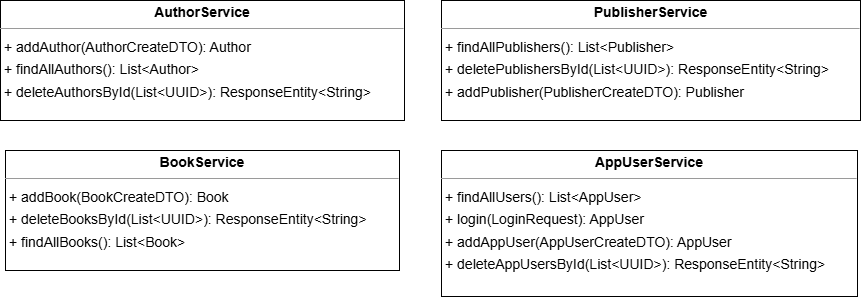
Above: pics/services_diagram.drawio.png in l7aur/Library-Management-System (draw.io), before the change. Source tidied: cells renumbered, new cells last; positions are measured from the earlier drawing's top-left corner, leaving out a move shared by most shapes.
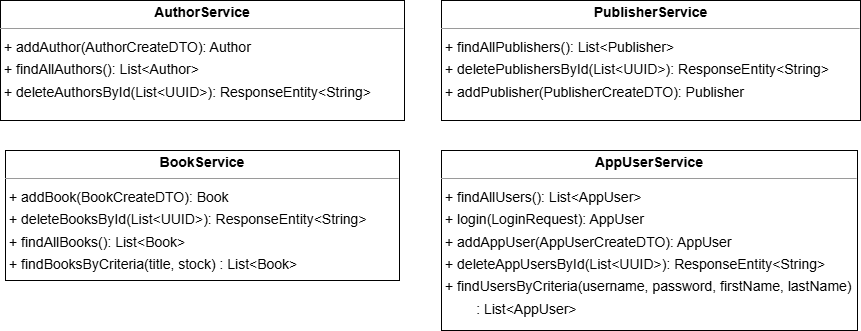
After the change.

The edit, as a diff of the source:
```diff
@@ -2,14 +2,14 @@
   <root>
     <mxCell id="0" />
     <mxCell id="1" parent="0" />
-    <mxCell id="2" value="&lt;p style=&quot;margin:0px;margin-top:4px;text-align:center;&quot;&gt;&lt;b&gt;AppUserService&lt;/b&gt;&lt;/p&gt;&lt;hr size=&quot;1&quot;/&gt;&lt;p style=&quot;margin:0 0 0 4px;line-height:1.6;&quot;&gt;+ findAllUsers(): List&amp;lt;AppUser&amp;gt;&lt;br/&gt;+ login(LoginRequest): AppUser&lt;br/&gt;+ addAppUser(AppUserCreateDTO): AppUser&lt;br/&gt;+ deleteAppUsersById(List&amp;lt;UUID&amp;gt;): ResponseEntity&amp;lt;String&amp;gt;&lt;/p&gt;" style="verticalAlign=top;align=left;overflow=fill;fontSize=14;fontFamily=Helvetica;html=1;rounded=0;shadow=0;comic=0;labelBackgroundColor=none;strokeWidth=1;" parent="1" vertex="1">
-      <mxGeometry x="441" y="150" width="416" height="146" as="geometry" />
+    <mxCell id="2" value="&lt;p style=&quot;margin:0px;margin-top:4px;text-align:center;&quot;&gt;&lt;b&gt;AppUserService&lt;/b&gt;&lt;/p&gt;&lt;hr size=&quot;1&quot;&gt;&lt;p style=&quot;margin:0 0 0 4px;line-height:1.6;&quot;&gt;+ findAllUsers(): List&amp;lt;AppUser&amp;gt;&lt;br&gt;+ login(LoginRequest): AppUser&lt;br&gt;+ addAppUser(AppUserCreateDTO): AppUser&lt;br&gt;+ deleteAppUsersById(List&amp;lt;UUID&amp;gt;): ResponseEntity&amp;lt;String&amp;gt;&lt;/p&gt;&lt;p style=&quot;margin:0 0 0 4px;line-height:1.6;&quot;&gt;+ findUsersByCriteria(username, password, firstName, lastName)&lt;/p&gt;&lt;p style=&quot;margin:0 0 0 4px;line-height:1.6;&quot;&gt;&lt;span style=&quot;white-space: pre;&quot;&gt;&#9;&lt;/span&gt;: List&amp;lt;AppUser&amp;gt;&lt;/p&gt;" style="verticalAlign=top;align=left;overflow=fill;fontSize=14;fontFamily=Helvetica;html=1;rounded=0;shadow=0;comic=0;labelBackgroundColor=none;strokeWidth=1;" parent="1" vertex="1">
+      <mxGeometry x="441" y="150" width="416" height="180" as="geometry" />
     </mxCell>
     <mxCell id="3" value="&lt;p style=&quot;margin:0px;margin-top:4px;text-align:center;&quot;&gt;&lt;b&gt;AuthorService&lt;/b&gt;&lt;/p&gt;&lt;hr size=&quot;1&quot;/&gt;&lt;p style=&quot;margin:0 0 0 4px;line-height:1.6;&quot;&gt;+ addAuthor(AuthorCreateDTO): Author&lt;br/&gt;+ findAllAuthors(): List&amp;lt;Author&amp;gt;&lt;br/&gt;+ deleteAuthorsById(List&amp;lt;UUID&amp;gt;): ResponseEntity&amp;lt;String&amp;gt;&lt;/p&gt;" style="verticalAlign=top;align=left;overflow=fill;fontSize=14;fontFamily=Helvetica;html=1;rounded=0;shadow=0;comic=0;labelBackgroundColor=none;strokeWidth=1;" parent="1" vertex="1">
       <mxGeometry width="404" height="120" as="geometry" />
     </mxCell>
-    <mxCell id="4" value="&lt;p style=&quot;margin:0px;margin-top:4px;text-align:center;&quot;&gt;&lt;b&gt;BookService&lt;/b&gt;&lt;/p&gt;&lt;hr size=&quot;1&quot;/&gt;&lt;p style=&quot;margin:0 0 0 4px;line-height:1.6;&quot;&gt;+ addBook(BookCreateDTO): Book&lt;br/&gt;+ deleteBooksById(List&amp;lt;UUID&amp;gt;): ResponseEntity&amp;lt;String&amp;gt;&lt;br/&gt;+ findAllBooks(): List&amp;lt;Book&amp;gt;&lt;/p&gt;" style="verticalAlign=top;align=left;overflow=fill;fontSize=14;fontFamily=Helvetica;html=1;rounded=0;shadow=0;comic=0;labelBackgroundColor=none;strokeWidth=1;" parent="1" vertex="1">
-      <mxGeometry x="5" y="150" width="394" height="120" as="geometry" />
+    <mxCell id="4" value="&lt;p style=&quot;margin:0px;margin-top:4px;text-align:center;&quot;&gt;&lt;b&gt;BookService&lt;/b&gt;&lt;/p&gt;&lt;hr size=&quot;1&quot;&gt;&lt;p style=&quot;margin:0 0 0 4px;line-height:1.6;&quot;&gt;+ addBook(BookCreateDTO): Book&lt;br&gt;+ deleteBooksById(List&amp;lt;UUID&amp;gt;): ResponseEntity&amp;lt;String&amp;gt;&lt;br&gt;+ findAllBooks(): List&amp;lt;Book&amp;gt;&lt;/p&gt;&lt;p style=&quot;margin:0 0 0 4px;line-height:1.6;&quot;&gt;+ findBooksByCriteria(title, stock) : List&amp;lt;Book&amp;gt;&lt;/p&gt;" style="verticalAlign=top;align=left;overflow=fill;fontSize=14;fontFamily=Helvetica;html=1;rounded=0;shadow=0;comic=0;labelBackgroundColor=none;strokeWidth=1;" parent="1" vertex="1">
+      <mxGeometry x="5" y="150" width="394" height="130" as="geometry" />
     </mxCell>
     <mxCell id="5" value="&lt;p style=&quot;margin:0px;margin-top:4px;text-align:center;&quot;&gt;&lt;b&gt;PublisherService&lt;/b&gt;&lt;/p&gt;&lt;hr size=&quot;1&quot;/&gt;&lt;p style=&quot;margin:0 0 0 4px;line-height:1.6;&quot;&gt;+ findAllPublishers(): List&amp;lt;Publisher&amp;gt;&lt;br/&gt;+ deletePublishersById(List&amp;lt;UUID&amp;gt;): ResponseEntity&amp;lt;String&amp;gt;&lt;br/&gt;+ addPublisher(PublisherCreateDTO): Publisher&lt;/p&gt;" style="verticalAlign=top;align=left;overflow=fill;fontSize=14;fontFamily=Helvetica;html=1;rounded=0;shadow=0;comic=0;labelBackgroundColor=none;strokeWidth=1;" parent="1" vertex="1">
       <mxGeometry x="441" width="419" height="120" as="geometry" />
```
